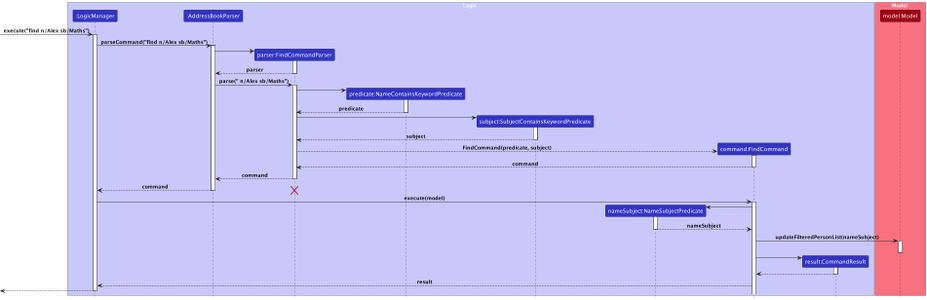
This is docs/images/FindSequenceDiagram.png from nus-cs2103-AY2324S1/tp, a PlantUML export, as it was before one commit.
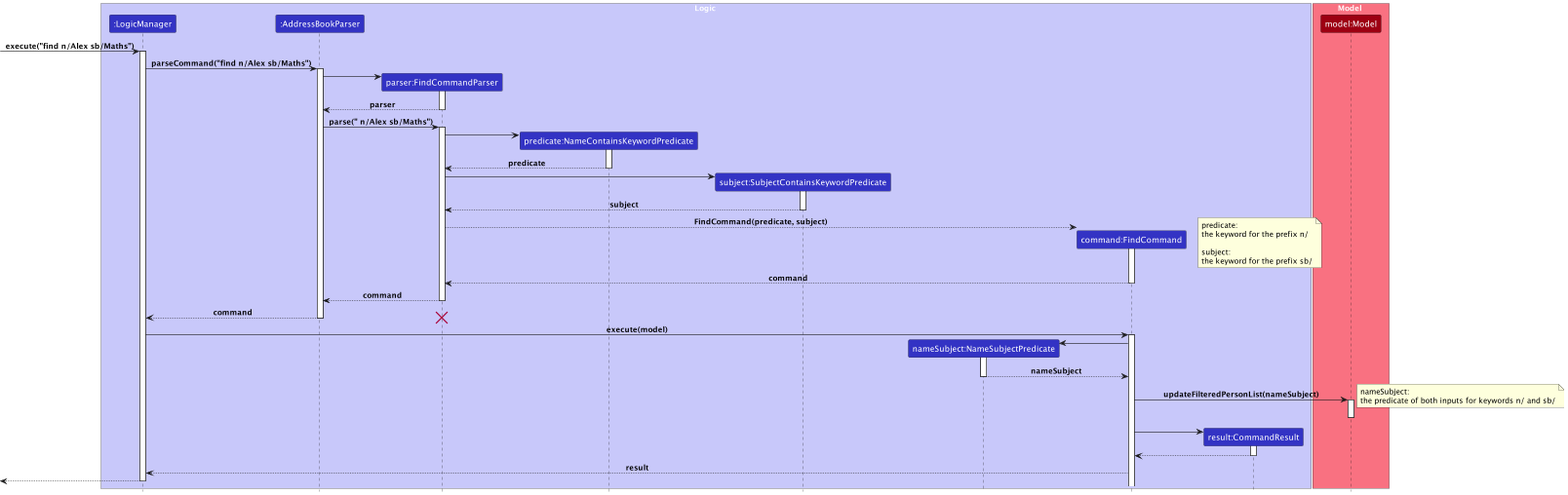
The same file after the commit.

Commit message:
Fix Sequence Diagrams

The edit, as a diff of the source:
```diff
@@ -51,6 +51,14 @@
 FindCommandParser --> FindCommand : FindCommand(predicate, subject)
 activate FindCommand
 
+note right
+predicate:
+the keyword for the prefix n/
+
+subject:
+the keyword for the prefix sb/
+end note
+
 FindCommand --> FindCommandParser : command
 deactivate FindCommand
 
@@ -72,9 +80,15 @@
 NameSubjectPredicate --> FindCommand : nameSubject
 deactivate NameSubjectPredicate
 
+
 FindCommand -> Model : updateFilteredPersonList(nameSubject)
 activate Model
 deactivate Model
+
+note right
+nameSubject:
+the predicate of both inputs for keywords n/ and sb/
+end note
 
 create CommandResult
 FindCommand -> CommandResult
```
